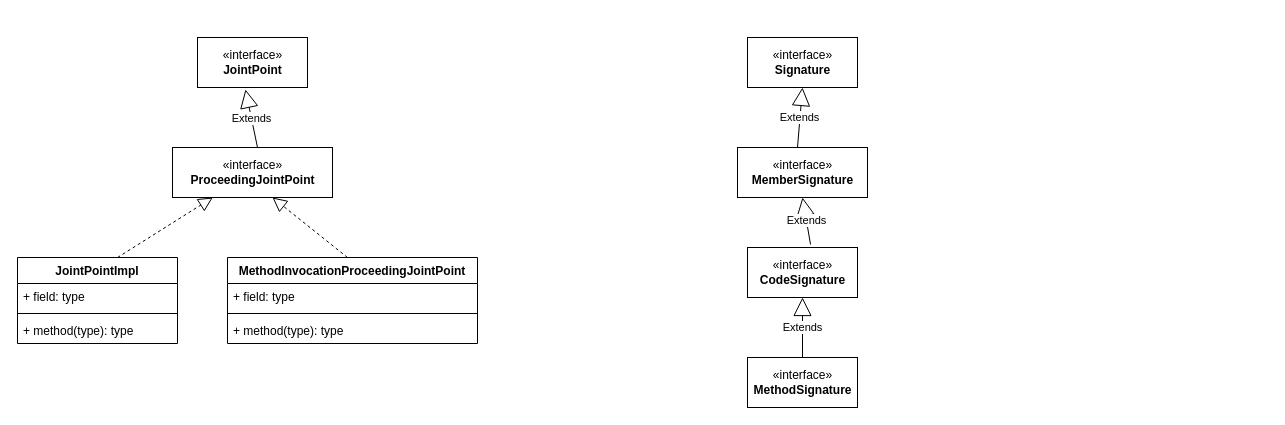
The draw.io diagram aspectjweaver.drawio in tadsimons/draw, before the edit. Source tidied: cells renumbered, new cells numbered last; positions are measured from the earlier drawing's top-left corner, leaving out a move shared by most shapes. Both pictures are drawn from the tidied source at 100%, with x=0, y=0 at pixel (17, 37).
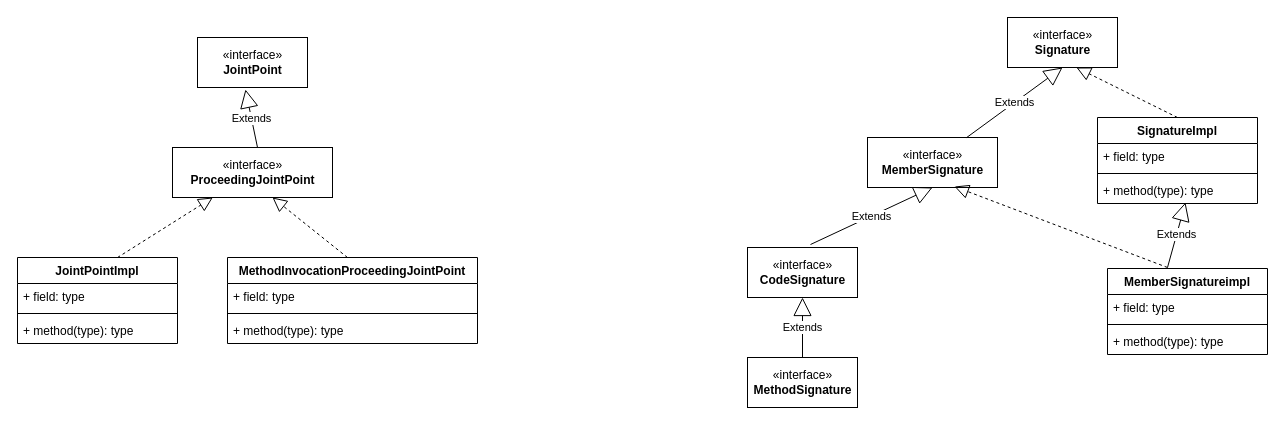
The same page after the edit.

Diff of the diagram source:
```diff
@@
     <mxCell id="5" value="«interface»&lt;br&gt;&lt;b&gt;Signature&lt;/b&gt;" style="html=1;" parent="1" vertex="1">
-      <mxGeometry x="730" width="110" height="50" as="geometry" />
+      <mxGeometry x="990" y="-20" width="110" height="50" as="geometry" />
     </mxCell>
     <mxCell id="6" value="«interface»&lt;br&gt;&lt;b&gt;MemberSignature&lt;/b&gt;" style="html=1;" parent="1" vertex="1">
-      <mxGeometry x="720" y="110" width="130" height="50" as="geometry" />
+      <mxGeometry x="850" y="100" width="130" height="50" as="geometry" />
     </mxCell>
-    <mxCell id="7" value="Extends" style="endArrow=block;endSize=16;endFill=0;html=1;entryX=0.5;entryY=1;entryDx=0;entryDy=0;" parent="1" edge="1" target="5">
-      <mxGeometry relative="1" as="geometry">
-        <mxPoint x="780" y="110" as="sourcePoint" />
-      </mxGeometry>
+    <mxCell id="7" value="Extends" style="endArrow=block;endSize=16;endFill=0;html=1;entryX=0.5;entryY=1;entryDx=0;entryDy=0;" parent="1" edge="1" source="6" target="5">
+      <mxGeometry relative="1" as="geometry" />
     </mxCell>
@@
+    <mxCell id="22" value="SignatureImpl" style="swimlane;fontStyle=1;align=center;verticalAlign=top;horizontal=1;startSize=26;" parent="1" vertex="1">
+      <mxGeometry x="1080" y="80" width="160" height="86" as="geometry" />
+    </mxCell>
+    <mxCell id="23" style="endArrow=block;dashed=1;endFill=0;endSize=12;html=1;entryX=0.627;entryY=1;entryDx=0;entryDy=0;entryPerimeter=0;" parent="22" edge="1" target="5">
+      <mxGeometry relative="1" as="geometry">
+        <mxPoint x="80" as="sourcePoint" />
+      </mxGeometry>
+    </mxCell>
+    <mxCell id="24" value="+ field: type" style="text;strokeColor=none;fillColor=none;align=left;verticalAlign=top;spacingLeft=4;spacingRight=4;overflow=hidden;" parent="22" vertex="1">
+      <mxGeometry y="26" width="160" height="26" as="geometry" />
+    </mxCell>
+    <mxCell id="25" style="line;strokeWidth=1;fillColor=none;align=left;verticalAlign=middle;spacingTop=-1;spacingLeft=3;spacingRight=3;labelPosition=right;" parent="22" vertex="1">
+      <mxGeometry y="52" width="160" height="8" as="geometry" />
+    </mxCell>
+    <mxCell id="26" value="+ method(type): type" style="text;strokeColor=none;fillColor=none;align=left;verticalAlign=top;spacingLeft=4;spacingRight=4;overflow=hidden;points=[[0,0.5],[1,0.5]];portConstraint=eastwest;" parent="22" vertex="1">
+      <mxGeometry y="60" width="160" height="26" as="geometry" />
+    </mxCell>
+    <mxCell id="27" value="MemberSignatureimpl" style="swimlane;fontStyle=1;align=center;verticalAlign=top;horizontal=1;startSize=26;" parent="1" vertex="1">
+      <mxGeometry x="1090" y="231" width="160" height="86" as="geometry" />
+    </mxCell>
+    <mxCell id="28" value="+ field: type" style="text;strokeColor=none;fillColor=none;align=left;verticalAlign=top;spacingLeft=4;spacingRight=4;overflow=hidden;" parent="27" vertex="1">
+      <mxGeometry y="26" width="160" height="26" as="geometry" />
+    </mxCell>
+    <mxCell id="29" style="line;strokeWidth=1;fillColor=none;align=left;verticalAlign=middle;spacingTop=-1;spacingLeft=3;spacingRight=3;labelPosition=right;" parent="27" vertex="1">
+      <mxGeometry y="52" width="160" height="8" as="geometry" />
+    </mxCell>
+    <mxCell id="30" value="+ method(type): type" style="text;strokeColor=none;fillColor=none;align=left;verticalAlign=top;spacingLeft=4;spacingRight=4;overflow=hidden;" parent="27" vertex="1">
+      <mxGeometry y="60" width="160" height="26" as="geometry" />
+    </mxCell>
+    <mxCell id="31" value="Extends" style="endArrow=block;endSize=16;endFill=0;html=1;entryX=0.55;entryY=0.962;entryDx=0;entryDy=0;entryPerimeter=0;" parent="27" edge="1" target="26">
+      <mxGeometry relative="1" as="geometry">
+        <mxPoint x="60" y="-1" as="sourcePoint" />
+      </mxGeometry>
+    </mxCell>
+    <mxCell id="32" style="endArrow=block;dashed=1;endFill=0;endSize=12;html=1;entryX=0.669;entryY=0.98;entryDx=0;entryDy=0;entryPerimeter=0;" parent="27" edge="1" target="6">
+      <mxGeometry relative="1" as="geometry">
+        <mxPoint x="60" y="-1" as="sourcePoint" />
+      </mxGeometry>
+    </mxCell>
```
